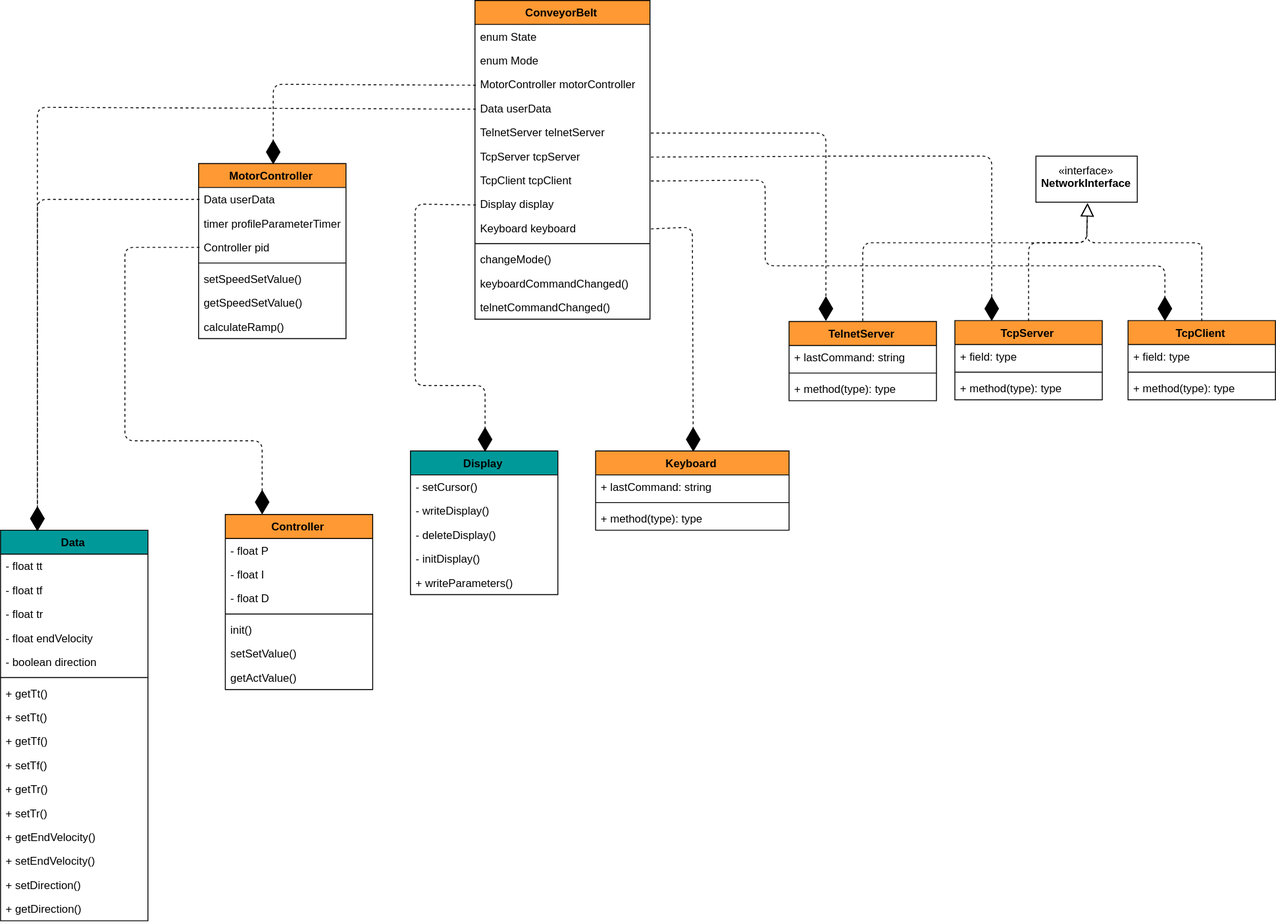
Earlier version of the draw.io export Documentation/UML Diagrams/classDiagram/ClassDiagram.svg (nicolai-schwartze/EBS2_Conveyer_Belt). Source tidied: cells renumbered, new cells last; positions are measured from the earlier drawing's top-left corner, leaving out a move shared by most shapes.
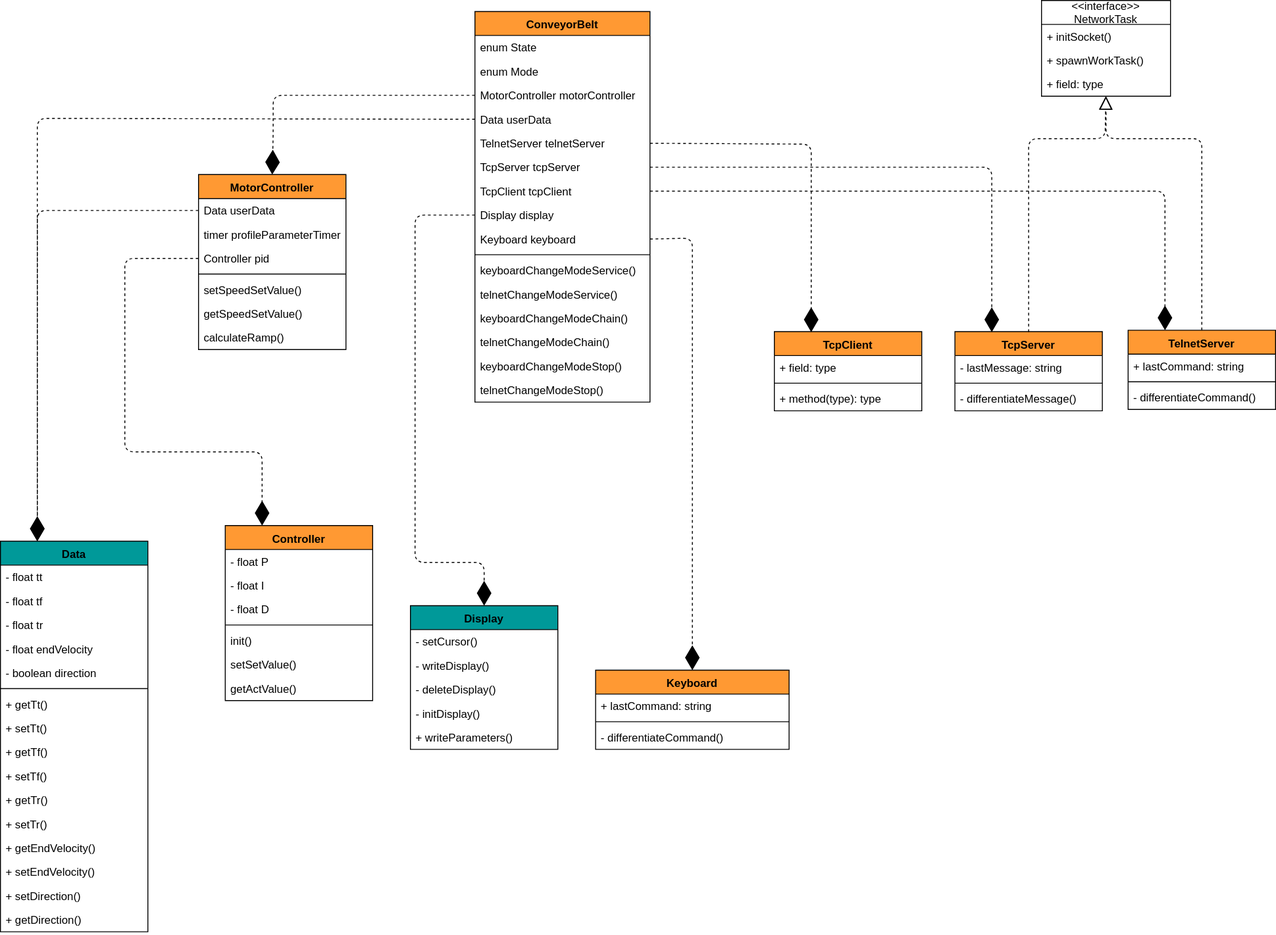
Above is the later version.

Commit message:
diagrams refined

What changed in the source:
```diff
@@ -27,7 +27,7 @@
       <mxGeometry y="164" width="160" height="26" as="geometry" />
     </mxCell>
     <mxCell id="10" value="Display" style="swimlane;fontStyle=1;align=center;verticalAlign=top;horizontal=1;startSize=26;fillColor=#009999;" parent="1" vertex="1">
-      <mxGeometry x="445" y="489" width="160" height="156" as="geometry" />
+      <mxGeometry x="445" y="645" width="160" height="156" as="geometry" />
     </mxCell>
     <mxCell id="11" value="- setCursor()" style="text;strokeColor=none;fillColor=none;align=left;verticalAlign=top;spacingLeft=4;spacingRight=4;overflow=hidden;" parent="10" vertex="1">
       <mxGeometry y="26" width="160" height="26" as="geometry" />
@@ -141,17 +141,17 @@
     <mxCell id="43" value="TcpServer" style="swimlane;fontStyle=1;align=center;verticalAlign=top;horizontal=1;startSize=26;fillColor=#FF9933;" parent="1" vertex="1">
       <mxGeometry x="1036" y="347.5" width="160" height="86" as="geometry" />
     </mxCell>
-    <mxCell id="44" value="+ field: type" style="text;strokeColor=none;fillColor=none;align=left;verticalAlign=top;spacingLeft=4;spacingRight=4;overflow=hidden;" parent="43" vertex="1">
+    <mxCell id="44" value="- lastMessage: string" style="text;strokeColor=none;fillColor=none;align=left;verticalAlign=top;spacingLeft=4;spacingRight=4;overflow=hidden;" parent="43" vertex="1">
       <mxGeometry y="26" width="160" height="26" as="geometry" />
     </mxCell>
     <mxCell id="45" style="line;strokeWidth=1;fillColor=none;align=left;verticalAlign=middle;spacingTop=-1;spacingLeft=3;spacingRight=3;labelPosition=right;" parent="43" vertex="1">
       <mxGeometry y="52" width="160" height="8" as="geometry" />
     </mxCell>
-    <mxCell id="46" value="+ method(type): type" style="text;strokeColor=none;fillColor=none;align=left;verticalAlign=top;spacingLeft=4;spacingRight=4;overflow=hidden;" parent="43" vertex="1">
+    <mxCell id="46" value="- differentiateMessage()" style="text;strokeColor=none;fillColor=none;align=left;verticalAlign=top;spacingLeft=4;spacingRight=4;overflow=hidden;" parent="43" vertex="1">
       <mxGeometry y="60" width="160" height="26" as="geometry" />
     </mxCell>
     <mxCell id="47" value="TcpClient" style="swimlane;fontStyle=1;align=center;verticalAlign=top;horizontal=1;startSize=26;fillColor=#FF9933;" parent="1" vertex="1">
-      <mxGeometry x="1224" y="347.5" width="160" height="86" as="geometry" />
+      <mxGeometry x="840" y="347.5" width="160" height="86" as="geometry" />
     </mxCell>
     <mxCell id="48" value="+ field: type" style="text;strokeColor=none;fillColor=none;align=left;verticalAlign=top;spacingLeft=4;spacingRight=4;overflow=hidden;" parent="47" vertex="1">
       <mxGeometry y="26" width="160" height="26" as="geometry" />
@@ -162,36 +162,8 @@
     <mxCell id="50" value="+ method(type): type" style="text;strokeColor=none;fillColor=none;align=left;verticalAlign=top;spacingLeft=4;spacingRight=4;overflow=hidden;" parent="47" vertex="1">
       <mxGeometry y="60" width="160" height="26" as="geometry" />
     </mxCell>
-    <mxCell id="51" value="«interface»&lt;br&gt;&lt;b&gt;NetworkInterface&lt;/b&gt;" style="html=1;" parent="1" vertex="1">
-      <mxGeometry x="1124" y="169" width="110" height="50" as="geometry" />
-    </mxCell>
-    <mxCell id="52" style="endArrow=block;dashed=1;endFill=0;endSize=12;html=1;exitX=0.5;exitY=0;exitDx=0;exitDy=0;entryX=0.5;entryY=1;entryDx=0;entryDy=0;" parent="1" edge="1" source="47" target="51">
-      <mxGeometry relative="1" as="geometry">
-        <Array as="points">
-          <mxPoint x="1304" y="283" />
-          <mxPoint x="1304" y="263" />
-          <mxPoint x="1179" y="263" />
-        </Array>
-      </mxGeometry>
-    </mxCell>
-    <mxCell id="53" style="endArrow=block;dashed=1;endFill=0;endSize=12;html=1;exitX=0.5;exitY=0;exitDx=0;exitDy=0;entryX=0.5;entryY=1;entryDx=0;entryDy=0;" parent="1" edge="1" source="43" target="51">
-      <mxGeometry relative="1" as="geometry">
-        <Array as="points">
-          <mxPoint x="1116" y="263" />
-          <mxPoint x="1179" y="263" />
-        </Array>
-      </mxGeometry>
-    </mxCell>
-    <mxCell id="54" style="endArrow=block;dashed=1;endFill=0;endSize=12;html=1;exitX=0.5;exitY=0;exitDx=0;exitDy=0;entryX=0.5;entryY=1;entryDx=0;entryDy=0;" parent="1" edge="1" source="73" target="51">
-      <mxGeometry relative="1" as="geometry">
-        <Array as="points">
-          <mxPoint x="936" y="263" />
-          <mxPoint x="1179" y="263" />
-        </Array>
-      </mxGeometry>
-    </mxCell>
     <mxCell id="55" value="Keyboard" style="swimlane;fontStyle=1;align=center;verticalAlign=top;horizontal=1;startSize=26;fillColor=#FF9933;" parent="1" vertex="1">
-      <mxGeometry x="646" y="489" width="210" height="86" as="geometry" />
+      <mxGeometry x="646" y="715" width="210" height="86" as="geometry" />
     </mxCell>
     <mxCell id="56" value="+ lastCommand: string" style="text;strokeColor=none;fillColor=none;align=left;verticalAlign=top;spacingLeft=4;spacingRight=4;overflow=hidden;" parent="55" vertex="1">
       <mxGeometry y="26" width="210" height="26" as="geometry" />
@@ -199,11 +171,11 @@
     <mxCell id="57" style="line;strokeWidth=1;fillColor=none;align=left;verticalAlign=middle;spacingTop=-1;spacingLeft=3;spacingRight=3;labelPosition=right;" parent="55" vertex="1">
       <mxGeometry y="52" width="210" height="8" as="geometry" />
     </mxCell>
-    <mxCell id="58" value="+ method(type): type" style="text;strokeColor=none;fillColor=none;align=left;verticalAlign=top;spacingLeft=4;spacingRight=4;overflow=hidden;" parent="55" vertex="1">
+    <mxCell id="58" value="- differentiateCommand()" style="text;strokeColor=none;fillColor=none;align=left;verticalAlign=top;spacingLeft=4;spacingRight=4;overflow=hidden;" parent="55" vertex="1">
       <mxGeometry y="60" width="210" height="26" as="geometry" />
     </mxCell>
     <mxCell id="59" value="ConveyorBelt" style="swimlane;fontStyle=1;align=center;verticalAlign=top;horizontal=1;startSize=26;fillColor=#FF9933;" parent="1" vertex="1">
-      <mxGeometry x="515" width="190" height="346" as="geometry" />
+      <mxGeometry x="515" width="190" height="424" as="geometry" />
     </mxCell>
     <mxCell id="60" value="enum State" style="text;strokeColor=none;fillColor=none;align=left;verticalAlign=top;spacingLeft=4;spacingRight=4;overflow=hidden;" parent="59" vertex="1">
       <mxGeometry y="26" width="190" height="26" as="geometry" />
@@ -235,17 +207,26 @@
     <mxCell id="69" style="line;strokeWidth=1;fillColor=none;align=left;verticalAlign=middle;spacingTop=-1;spacingLeft=3;spacingRight=3;labelPosition=right;" parent="59" vertex="1">
       <mxGeometry y="260" width="190" height="8" as="geometry" />
     </mxCell>
-    <mxCell id="70" value="changeMode()" style="text;strokeColor=none;fillColor=none;align=left;verticalAlign=top;spacingLeft=4;spacingRight=4;overflow=hidden;" parent="59" vertex="1">
-      <mxGeometry y="268" width="190" height="26" as="geometry" />
-    </mxCell>
-    <mxCell id="71" value="keyboardCommandChanged()" style="text;strokeColor=none;fillColor=none;align=left;verticalAlign=top;spacingLeft=4;spacingRight=4;overflow=hidden;" parent="59" vertex="1">
-      <mxGeometry y="294" width="190" height="26" as="geometry" />
+    <mxCell id="71" value="keyboardChangeModeService()" style="text;strokeColor=none;fillColor=none;align=left;verticalAlign=top;spacingLeft=4;spacingRight=4;overflow=hidden;" parent="59" vertex="1">
+      <mxGeometry y="268" width="190" height="26" as="geometry" />
     </mxCell>
-    <mxCell id="72" value="telnetCommandChanged()" style="text;strokeColor=none;fillColor=none;align=left;verticalAlign=top;spacingLeft=4;spacingRight=4;overflow=hidden;" parent="59" vertex="1">
-      <mxGeometry y="320" width="190" height="26" as="geometry" />
+    <mxCell id="72" value="telnetChangeModeService()" style="text;strokeColor=none;fillColor=none;align=left;verticalAlign=top;spacingLeft=4;spacingRight=4;overflow=hidden;" parent="59" vertex="1">
+      <mxGeometry y="294" width="190" height="26" as="geometry" />
     </mxCell>
+    <mxCell id="84" value="keyboardChangeModeChain()" style="text;strokeColor=none;fillColor=none;align=left;verticalAlign=top;spacingLeft=4;spacingRight=4;overflow=hidden;" parent="59" vertex="1">
+      <mxGeometry y="320" width="190" height="26" as="geometry" />
+    </mxCell>
+    <mxCell id="85" value="telnetChangeModeChain()" style="text;strokeColor=none;fillColor=none;align=left;verticalAlign=top;spacingLeft=4;spacingRight=4;overflow=hidden;" parent="59" vertex="1">
+      <mxGeometry y="346" width="190" height="26" as="geometry" />
+    </mxCell>
+    <mxCell id="86" value="keyboardChangeModeStop()" style="text;strokeColor=none;fillColor=none;align=left;verticalAlign=top;spacingLeft=4;spacingRight=4;overflow=hidden;" parent="59" vertex="1">
+      <mxGeometry y="372" width="190" height="26" as="geometry" />
+    </mxCell>
+    <mxCell id="87" value="telnetChangeModeStop()" style="text;strokeColor=none;fillColor=none;align=left;verticalAlign=top;spacingLeft=4;spacingRight=4;overflow=hidden;" parent="59" vertex="1">
+      <mxGeometry y="398" width="190" height="26" as="geometry" />
+    </mxCell>
     <mxCell id="73" value="TelnetServer" style="swimlane;fontStyle=1;align=center;verticalAlign=top;horizontal=1;startSize=26;fillColor=#FF9933;" parent="1" vertex="1">
-      <mxGeometry x="856" y="348.5" width="160" height="86" as="geometry" />
+      <mxGeometry x="1224" y="346" width="160" height="86" as="geometry" />
     </mxCell>
     <mxCell id="74" value="+ lastCommand: string" style="text;strokeColor=none;fillColor=none;align=left;verticalAlign=top;spacingLeft=4;spacingRight=4;overflow=hidden;" parent="73" vertex="1">
       <mxGeometry y="26" width="160" height="26" as="geometry" />
@@ -253,7 +234,7 @@
     <mxCell id="75" style="line;strokeWidth=1;fillColor=none;align=left;verticalAlign=middle;spacingTop=-1;spacingLeft=3;spacingRight=3;labelPosition=right;" parent="73" vertex="1">
       <mxGeometry y="52" width="160" height="8" as="geometry" />
     </mxCell>
-    <mxCell id="76" value="+ method(type): type" style="text;strokeColor=none;fillColor=none;align=left;verticalAlign=top;spacingLeft=4;spacingRight=4;overflow=hidden;" parent="73" vertex="1">
+    <mxCell id="76" value="- differentiateCommand()" style="text;strokeColor=none;fillColor=none;align=left;verticalAlign=top;spacingLeft=4;spacingRight=4;overflow=hidden;" parent="73" vertex="1">
       <mxGeometry y="60" width="160" height="26" as="geometry" />
     </mxCell>
     <mxCell id="77" style="endArrow=diamondThin;endFill=1;endSize=24;html=1;dashed=1;exitX=0;exitY=0.5;exitDx=0;exitDy=0;entryX=0.5;entryY=0;entryDx=0;entryDy=0;" parent="1" edge="1" source="62" target="2">
@@ -269,7 +250,8 @@
         <Array as="points">
           <mxPoint x="450" y="221" />
           <mxPoint x="450" y="418" />
-          <mxPoint x="526" y="418" />
+          <mxPoint x="450" y="598" />
+          <mxPoint x="525" y="598" />
         </Array>
       </mxGeometry>
     </mxCell>
@@ -288,11 +270,12 @@
         </Array>
       </mxGeometry>
     </mxCell>
-    <mxCell id="81" style="endArrow=diamondThin;endFill=1;endSize=24;html=1;dashed=1;exitX=1;exitY=0.5;exitDx=0;exitDy=0;entryX=0.25;entryY=0;entryDx=0;entryDy=0;" parent="1" edge="1" source="64" target="73">
+    <mxCell id="81" style="endArrow=diamondThin;endFill=1;endSize=24;html=1;dashed=1;exitX=1;exitY=0.5;exitDx=0;exitDy=0;" parent="1" edge="1" source="64">
       <mxGeometry relative="1" as="geometry">
+        <mxPoint x="880" y="348" as="targetPoint" />
         <Array as="points">
-          <mxPoint x="896" y="144" />
-          <mxPoint x="896" y="228" />
+          <mxPoint x="880" y="144" />
+          <mxPoint x="880" y="228" />
         </Array>
       </mxGeometry>
     </mxCell>
@@ -304,14 +287,44 @@
         </Array>
       </mxGeometry>
     </mxCell>
-    <mxCell id="83" style="endArrow=diamondThin;endFill=1;endSize=24;html=1;dashed=1;exitX=1;exitY=0.5;exitDx=0;exitDy=0;entryX=0.25;entryY=0;entryDx=0;entryDy=0;" parent="1" edge="1" source="66" target="47">
+    <mxCell id="83" style="endArrow=diamondThin;endFill=1;endSize=24;html=1;dashed=1;exitX=1;exitY=0.5;exitDx=0;exitDy=0;entryX=0.25;entryY=0;entryDx=0;entryDy=0;" parent="1" edge="1" source="66" target="73">
       <mxGeometry relative="1" as="geometry">
         <Array as="points">
-          <mxPoint x="830" y="195" />
-          <mxPoint x="830" y="288" />
-          <mxPoint x="1264" y="288" />
+          <mxPoint x="1120" y="195" />
+          <mxPoint x="1264" y="195" />
         </Array>
       </mxGeometry>
     </mxCell>
+    <mxCell id="88" value="&lt;&lt;interface&gt;&gt;&#10;NetworkTask" style="swimlane;fontStyle=0;horizontal=1;startSize=26;fillColor=none;" parent="1" vertex="1">
+      <mxGeometry x="1130" y="-12" width="140" height="104" as="geometry" />
+    </mxCell>
+    <mxCell id="89" value="+ initSocket()" style="text;strokeColor=none;fillColor=none;align=left;verticalAlign=top;spacingLeft=4;spacingRight=4;overflow=hidden;" parent="88" vertex="1">
+      <mxGeometry y="26" width="140" height="26" as="geometry" />
+    </mxCell>
+    <mxCell id="90" value="+ spawnWorkTask()" style="text;strokeColor=none;fillColor=none;align=left;verticalAlign=top;spacingLeft=4;spacingRight=4;overflow=hidden;" parent="88" vertex="1">
+      <mxGeometry y="52" width="140" height="26" as="geometry" />
+    </mxCell>
+    <mxCell id="91" value="+ field: type" style="text;strokeColor=none;fillColor=none;align=left;verticalAlign=top;spacingLeft=4;spacingRight=4;overflow=hidden;points=[[0,0.5],[1,0.5]];portConstraint=eastwest;" parent="88" vertex="1">
+      <mxGeometry y="78" width="140" height="26" as="geometry" />
+    </mxCell>
+    <mxCell id="92" style="endArrow=block;dashed=1;endFill=0;endSize=12;html=1;exitX=0.5;exitY=0;exitDx=0;exitDy=0;" parent="1" edge="1" source="43" target="91">
+      <mxGeometry relative="1" as="geometry">
+        <Array as="points">
+          <mxPoint x="1116" y="278" />
+          <mxPoint x="1116" y="138" />
+          <mxPoint x="1199" y="138" />
+        </Array>
+      </mxGeometry>
+    </mxCell>
+    <mxCell id="93" style="endArrow=block;dashed=1;endFill=0;endSize=12;html=1;exitX=0.5;exitY=0;exitDx=0;exitDy=0;" parent="1" edge="1" source="73">
+      <mxGeometry relative="1" as="geometry">
+        <mxPoint x="1200" y="92" as="targetPoint" />
+        <Array as="points">
+          <mxPoint x="1304" y="238" />
+          <mxPoint x="1304" y="138" />
+          <mxPoint x="1200" y="138" />
+        </Array>
+      </mxGeometry>
+    </mxCell>
   </root>
 </mxGraphModel>
```
